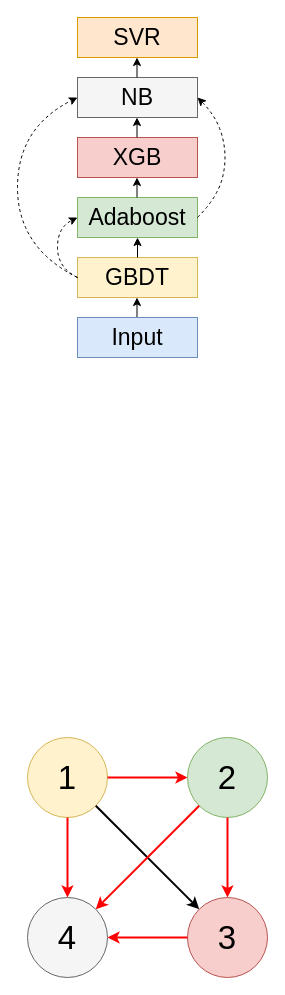
guoriyue/picture keeps this draw.io diagram as Untitled Diagram.drawio. Above is the earlier version. Source tidied: cells renumbered, new cells numbered last; positions are measured from the earlier drawing's top-left corner, leaving out a move shared by most shapes. Both pictures are drawn from the tidied source at 100%, with x=0, y=0 at pixel (17, 17).
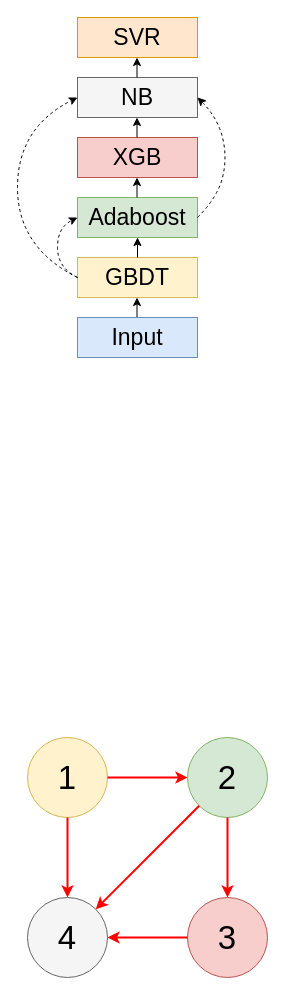
The same page after the edit.

Unchanged cells that the change refers to:
```xml
<mxCell id="22" style="ellipse;whiteSpace=wrap;html=1;fillColor=#fff2cc;strokeColor=#d6b656;" parent="1" vertex="1">
  <mxGeometry x="10" y="720" width="80" height="80" as="geometry" />
</mxCell>
<mxCell id="24" style="ellipse;whiteSpace=wrap;html=1;fillColor=#f8cecc;strokeColor=#b85450;" parent="1" vertex="1">
  <mxGeometry x="170" y="880" width="80" height="80" as="geometry" />
</mxCell>
```

Change to the diagram source:
```diff
@@
-    <mxCell id="26" style="endArrow=classic;html=1;shadow=0;exitX=1;exitY=1;exitDx=0;exitDy=0;entryX=0;entryY=0;entryDx=0;entryDy=0;strokeWidth=2;" parent="1" edge="1" source="22" target="24">
-      <mxGeometry relative="1" as="geometry" />
-    </mxCell>
```
